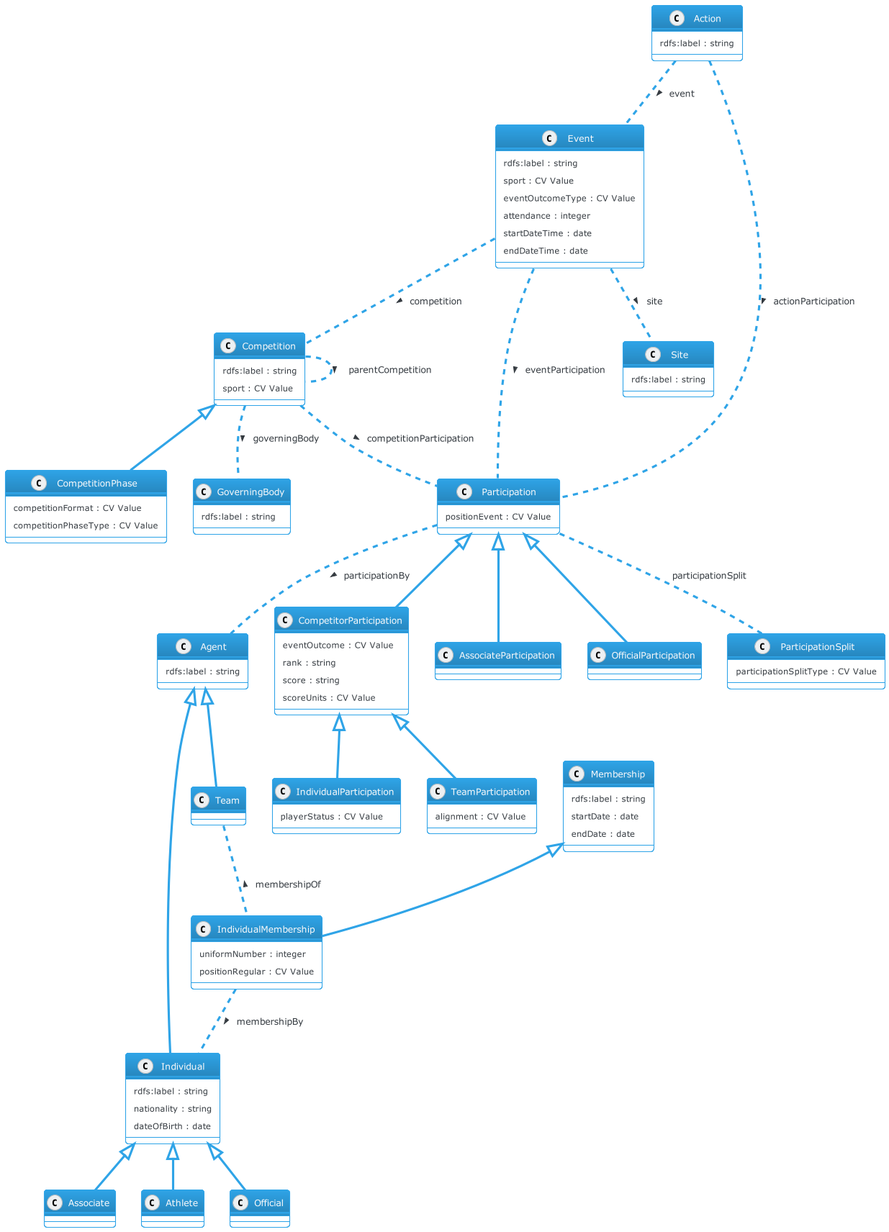
Before: docs/diagrams/iptc-sport-model.png, a diagram exported from PlantUML (iptc/sport-schema).
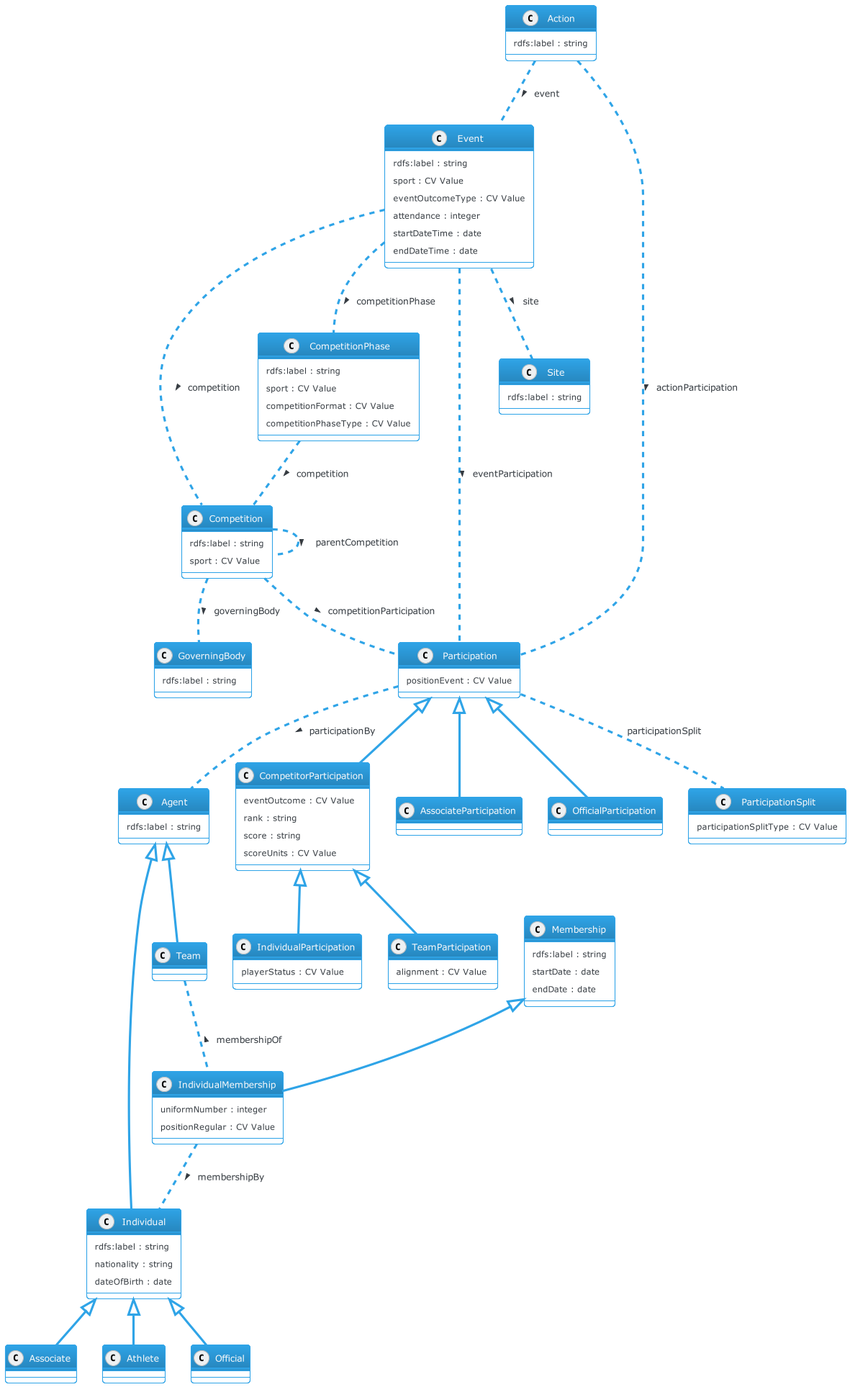
After the change.

Diff of the diagram source:
```diff
@@ -29,6 +29,8 @@
 }
 
 class CompetitionPhase {
+  rdfs:label : string
+  sport : CV Value
   competitionFormat : CV Value
   competitionPhaseType : CV Value
 }
@@ -96,7 +98,6 @@
 }
 
 
-Competition <|-- CompetitionPhase
 CompetitorParticipation <|-- TeamParticipation
 CompetitorParticipation <|-- IndividualParticipation
 Participation <|-- CompetitorParticipation
@@ -115,7 +116,9 @@
 Competition .. Competition : > parentCompetition
 Competition .. GoverningBody : > governingBody
 Competition .. Participation : > competitionParticipation
+CompetitionPhase .. Competition : > competition
 Event .. Competition : > competition
+Event .. CompetitionPhase : > competitionPhase
 Event .. Participation : > eventParticipation
 Event .. Site :  > site
 IndividualMembership .. Individual : > membershipBy
```
